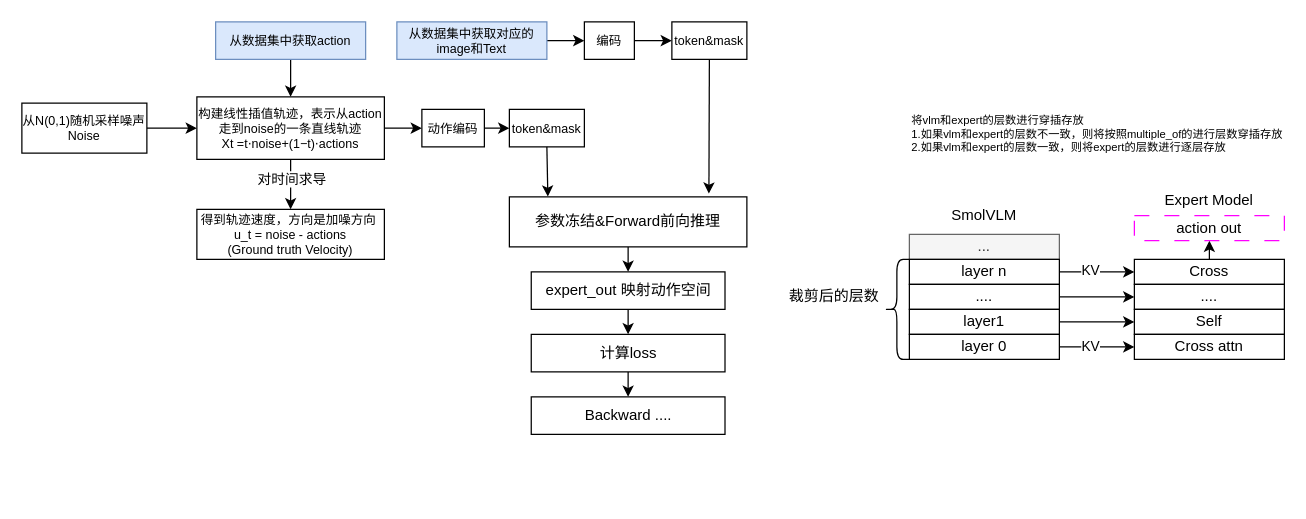
This is LLM/VLA/smolVLA.drawio from mailonghua/drawio, a draw.io file, before an edit. Source tidied: cells renumbered, new cells numbered last; positions are measured from the earlier drawing's top-left corner, leaving out a move shared by most shapes. Both pictures are drawn from the tidied source at 125%, with x=0, y=0 at pixel (21, 21).
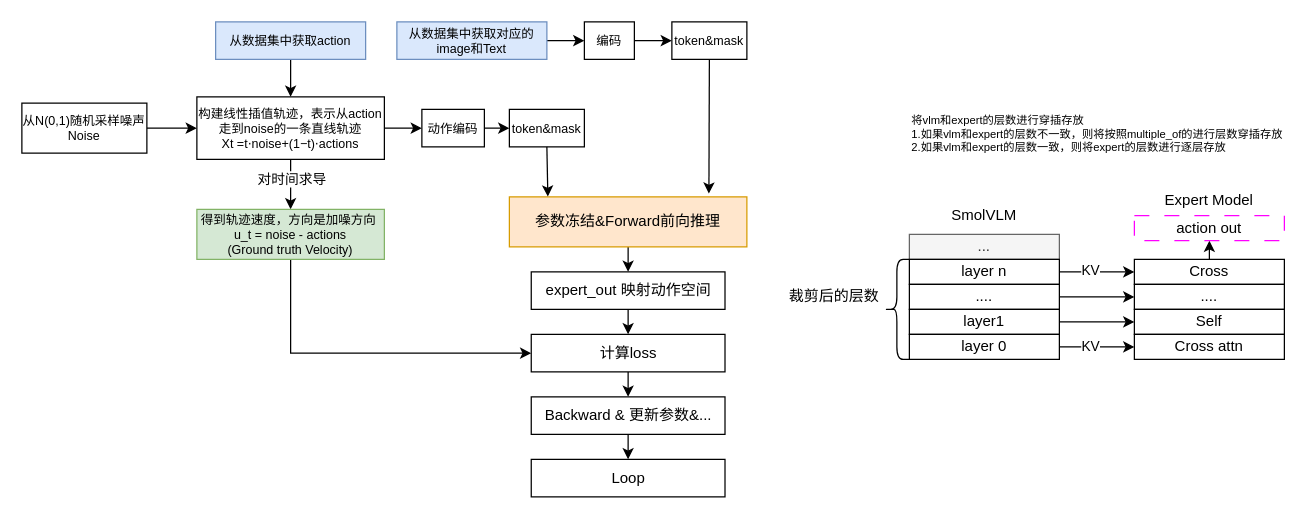
After the change.

Unchanged cells that the change refers to:
```xml
<mxCell id="26" value="计算loss" style="whiteSpace=wrap;html=1;rounded=0;" parent="1" vertex="1">
  <mxGeometry x="407.5" y="250" width="155" height="30" as="geometry" />
</mxCell>
```

Diff of the diagram source:
```diff
@@
+    <mxCell id="50" style="edgeStyle=orthogonalEdgeStyle;rounded=0;jettySize=auto;html=1;exitX=0.5;exitY=1;exitDx=0;exitDy=0;entryX=0;entryY=0.5;entryDx=0;entryDy=0;" parent="1" edge="1" source="10" target="26">
+      <mxGeometry relative="1" as="geometry" />
+    </mxCell>
-    <mxCell id="10" value="得到轨迹速度，方向是加噪方向&amp;nbsp;&lt;div&gt;u_t = noise - actions&lt;br&gt;(Ground truth Velocity)&lt;/div&gt;" style="rounded=0;whiteSpace=wrap;html=1;fontSize=10;" parent="1" vertex="1">
+    <mxCell id="10" value="得到轨迹速度，方向是加噪方向&amp;nbsp;&lt;div&gt;u_t = noise - actions&lt;br&gt;(Ground truth Velocity)&lt;/div&gt;" style="rounded=0;whiteSpace=wrap;html=1;fontSize=10;fillColor=#d5e8d4;strokeColor=#82b366;" parent="1" vertex="1">
       <mxGeometry x="140" y="150" width="150" height="40" as="geometry" />
     </mxCell>
@@
-    <mxCell id="20" value="参数冻结&amp;amp;Forward前向推理" style="rounded=0;whiteSpace=wrap;html=1;" parent="1" vertex="1">
+    <mxCell id="20" value="参数冻结&amp;amp;Forward前向推理" style="rounded=0;whiteSpace=wrap;html=1;fillColor=#ffe6cc;strokeColor=#d79b00;" parent="1" vertex="1">
       <mxGeometry x="390" y="140" width="190" height="40" as="geometry" />
     </mxCell>
@@
+    <mxCell id="51" style="edgeStyle=orthogonalEdgeStyle;curved=1;rounded=0;jettySize=auto;html=1;" parent="1" edge="1" source="48" target="52">
+      <mxGeometry relative="1" as="geometry" />
+    </mxCell>
-    <mxCell id="48" value="Backward ...." style="whiteSpace=wrap;html=1;rounded=0;" parent="1" vertex="1">
+    <mxCell id="48" value="Backward &amp;amp; 更新参数&amp;amp;..." style="whiteSpace=wrap;html=1;rounded=0;" parent="1" vertex="1">
       <mxGeometry x="407.5" y="300" width="155" height="30" as="geometry" />
     </mxCell>
@@
+    <mxCell id="52" value="Loop" style="whiteSpace=wrap;html=1;rounded=0;" parent="1" vertex="1">
+      <mxGeometry x="407.5" y="350" width="155" height="30" as="geometry" />
+    </mxCell>
```
